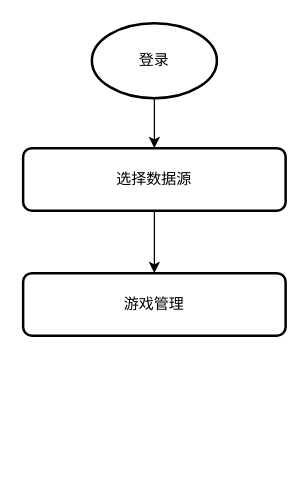
This is 打包系统-打包流程.drawio from wushengqiang/mydoc, a draw.io file, before an edit. Source tidied: cells renumbered, new cells numbered last; positions are measured from the earlier drawing's top-left corner, leaving out a move shared by most shapes. Both pictures are drawn from the tidied source at 125%, with x=0, y=0 at pixel (22, 22).
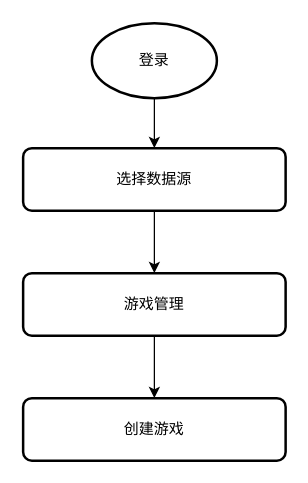
The same diagram, later.

Commit message (it also covers changes not shown here):
更新打包系统-打包流程.drawio

What changed in the source:
```diff
@@
 <mxGraphModel background="#ffffff">
   <root>
     <mxCell id="0" />
     <mxCell id="1" parent="0" />
     <mxCell id="2" style="edgeStyle=orthogonalEdgeStyle;rounded=0;jettySize=auto;html=1;entryX=0.5;entryY=0;entryDx=0;entryDy=0;" parent="1" edge="1" source="3" target="5">
       <mxGeometry relative="1" as="geometry" />
     </mxCell>
     <mxCell id="3" value="登录" style="strokeWidth=2;html=1;shape=mxgraph.flowchart.start_1;whiteSpace=wrap;" parent="1" vertex="1">
       <mxGeometry x="55" width="100" height="60" as="geometry" />
     </mxCell>
     <mxCell id="4" style="edgeStyle=orthogonalEdgeStyle;rounded=0;jettySize=auto;html=1;entryX=0.5;entryY=0;entryDx=0;entryDy=0;" parent="1" edge="1" source="5" target="6">
       <mxGeometry relative="1" as="geometry" />
     </mxCell>
     <mxCell id="5" value="选择数据源" style="rounded=1;whiteSpace=wrap;html=1;absoluteArcSize=1;arcSize=14;strokeWidth=2;" parent="1" vertex="1">
       <mxGeometry y="100" width="210" height="50" as="geometry" />
     </mxCell>
+    <mxCell id="7" style="edgeStyle=orthogonalEdgeStyle;rounded=0;jettySize=auto;html=1;" parent="1" edge="1" source="6" target="8">
+      <mxGeometry relative="1" as="geometry" />
+    </mxCell>
     <mxCell id="6" value="游戏管理" style="rounded=1;whiteSpace=wrap;html=1;absoluteArcSize=1;arcSize=14;strokeWidth=2;" parent="1" vertex="1">
       <mxGeometry y="200" width="210" height="50" as="geometry" />
     </mxCell>
+    <mxCell id="8" value="创建游戏" style="rounded=1;whiteSpace=wrap;html=1;absoluteArcSize=1;arcSize=14;strokeWidth=2;" parent="1" vertex="1">
+      <mxGeometry y="300" width="210" height="50" as="geometry" />
+    </mxCell>
   </root>
 </mxGraphModel>
```
